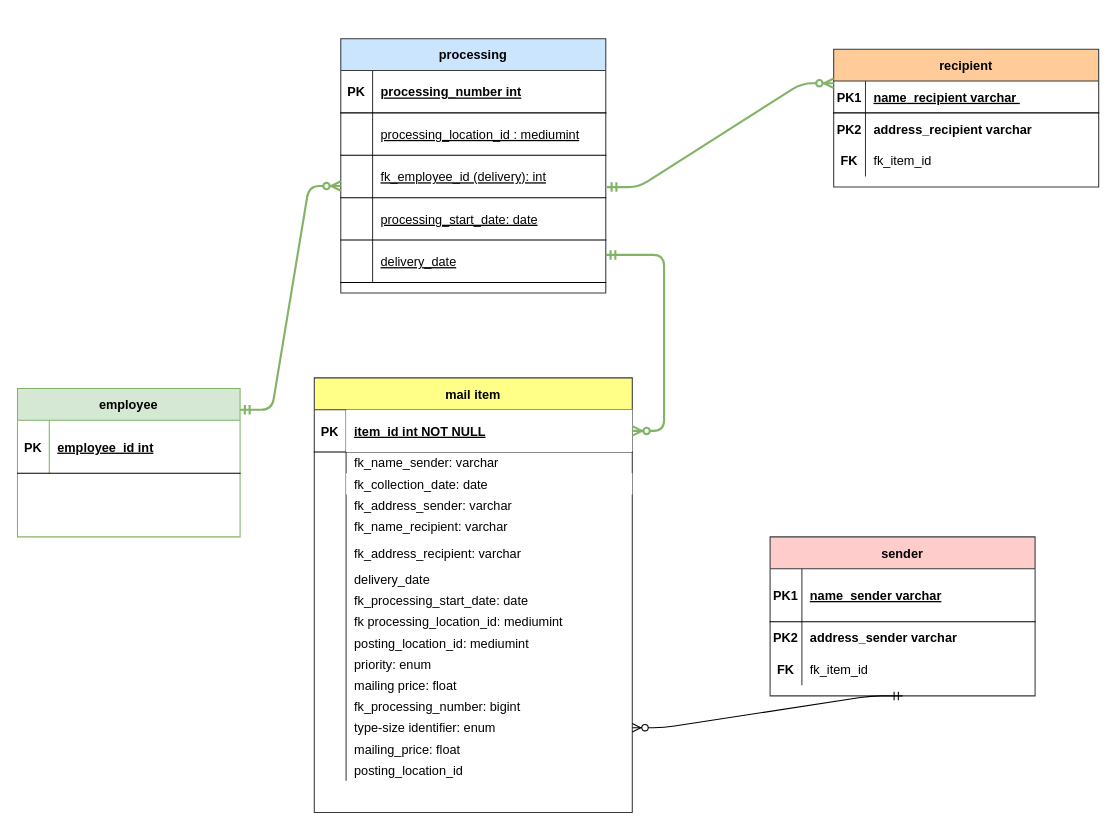
The draw.io diagram database_development_CR09/UML_ClassDiagram_CR09.drawio in Carina20/CFLMS-Carina-CodeReview-09, before the edit. Source tidied: cells renumbered, new cells numbered last; positions are measured from the earlier drawing's top-left corner, leaving out a move shared by most shapes. Both pictures are drawn from the tidied source at 106%, with x=0, y=0 at pixel (17, 38).
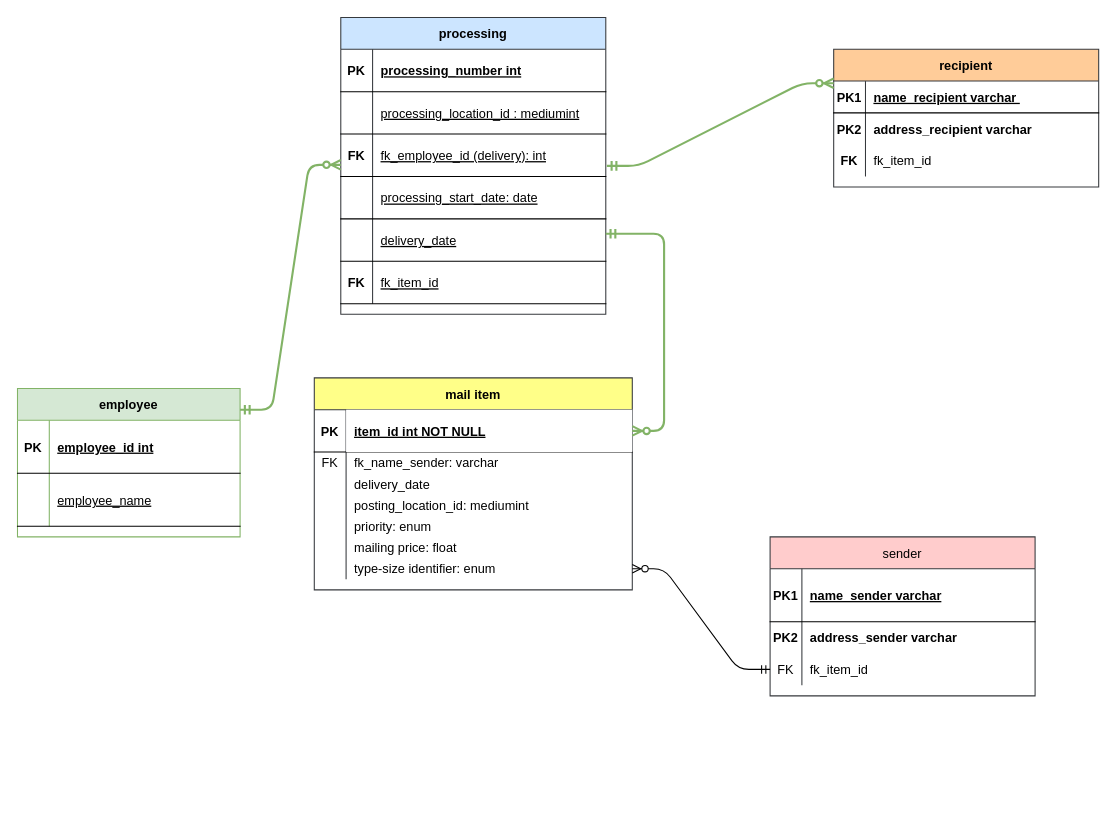
The same diagram, later.

Unchanged cells that the change refers to:
```xml
<mxCell id="19" style="shape=partialRectangle;fillColor=none;points=[[0,0.5],[1,0.5]];portConstraint=eastwest;top=0;left=0;right=0;bottom=1;" parent="12" vertex="1">
  <mxGeometry y="110" width="250" height="40" as="geometry" />
</mxCell>
<mxCell id="35" style="shape=partialRectangle;fillColor=none;points=[[0,0.5],[1,0.5]];portConstraint=eastwest;top=0;left=0;right=0;bottom=0;fontStyle=0;" parent="28" vertex="1">
  <mxGeometry y="110" width="250" height="30" as="geometry" />
</mxCell>
<mxCell id="38" value="employee" style="shape=table;startSize=30;childLayout=tableLayout;rowLines=0;fontStyle=1;align=center;fillColor=#d5e8d4;strokeColor=#82b366;" parent="1" vertex="1">
  <mxGeometry y="330" width="210" height="140" as="geometry" />
</mxCell>
<mxCell id="46" style="shape=partialRectangle;fillColor=none;top=0;left=0;right=0;bottom=0;" parent="42" vertex="1">
  <mxGeometry y="70" width="300" height="20" as="geometry" />
</mxCell>
```

Diff of the diagram source:
```diff
@@
     <mxCell id="12" value="processing" style="shape=table;startSize=30;childLayout=tableLayout;rowLines=0;fontStyle=1;align=center;fillColor=#cce5ff;strokeColor=#36393d;" parent="1" vertex="1">
-      <mxGeometry x="305" width="250" height="240" as="geometry" />
+      <mxGeometry x="305" y="-20" width="250" height="280" as="geometry" />
     </mxCell>
@@
-    <mxCell id="20" style="shape=partialRectangle;overflow=hidden;fillColor=none;top=0;left=0;bottom=0;right=0;fontStyle=1;" parent="19" vertex="1">
+    <mxCell id="20" value="FK" style="shape=partialRectangle;overflow=hidden;fillColor=none;top=0;left=0;bottom=0;right=0;fontStyle=1;" parent="19" vertex="1">
       <mxGeometry width="30" height="40" as="geometry" />
     </mxCell>
@@
+    <mxCell id="95" style="shape=partialRectangle;fillColor=none;top=0;left=0;right=0;bottom=1;" parent="12" vertex="1">
+      <mxGeometry y="230" width="250" height="40" as="geometry" />
+    </mxCell>
+    <mxCell id="96" value="FK" style="shape=partialRectangle;overflow=hidden;fillColor=none;top=0;left=0;bottom=0;right=0;fontStyle=1;" parent="95" vertex="1">
+      <mxGeometry width="30" height="40" as="geometry" />
+    </mxCell>
+    <mxCell id="97" value="fk_item_id" style="shape=partialRectangle;overflow=hidden;fillColor=none;top=0;left=0;bottom=0;right=0;align=left;spacingLeft=6;fontStyle=4;" parent="95" vertex="1">
+      <mxGeometry x="30" width="220" height="40" as="geometry" />
+    </mxCell>
-    <mxCell id="28" value="sender" style="shape=table;startSize=30;childLayout=tableLayout;rowLines=0;fontStyle=1;align=center;flipH=1;fillColor=#ffcccc;strokeColor=#36393d;" parent="1" vertex="1">
+    <mxCell id="28" value="sender" style="shape=table;startSize=30;childLayout=tableLayout;rowLines=0;fontStyle=0;align=center;flipH=1;fillColor=#ffcccc;strokeColor=#36393d;" parent="1" vertex="1">
       <mxGeometry x="710" y="470" width="250" height="150" as="geometry" />
     </mxCell>
@@
-    <mxCell id="36" value="FK" style="shape=partialRectangle;overflow=hidden;fillColor=none;top=0;left=0;bottom=0;right=0;fontStyle=1;" parent="35" vertex="1">
+    <mxCell id="36" value="FK" style="shape=partialRectangle;overflow=hidden;fillColor=none;top=0;left=0;bottom=0;right=0;fontStyle=0;" parent="35" vertex="1">
       <mxGeometry width="30" height="30" as="geometry" />
     </mxCell>
@@
+    <mxCell id="98" style="shape=partialRectangle;fillColor=none;top=0;left=0;right=0;bottom=1;" parent="38" vertex="1">
+      <mxGeometry y="80" width="210" height="50" as="geometry" />
+    </mxCell>
+    <mxCell id="99" style="shape=partialRectangle;overflow=hidden;fillColor=none;top=0;left=0;bottom=0;right=0;fontStyle=1;" parent="98" vertex="1">
+      <mxGeometry width="30" height="50" as="geometry" />
+    </mxCell>
+    <mxCell id="100" value="employee_name" style="shape=partialRectangle;overflow=hidden;fillColor=none;top=0;left=0;bottom=0;right=0;align=left;spacingLeft=6;fontStyle=4;" parent="98" vertex="1">
+      <mxGeometry x="30" width="180" height="50" as="geometry" />
+    </mxCell>
     <mxCell id="42" value="mail item" style="shape=table;startSize=30;childLayout=tableLayout;rowLines=0;fontStyle=1;align=center;fillColor=#ffff88;strokeColor=#36393d;" parent="1" vertex="1">
-      <mxGeometry x="280" y="320" width="300" height="410" as="geometry" />
+      <mxGeometry x="280" y="320" width="300" height="200" as="geometry" />
     </mxCell>
@@
-    <mxCell id="47" style="shape=partialRectangle;overflow=hidden;fillColor=none;top=0;left=0;bottom=0;right=0;" parent="46" vertex="1">
+    <mxCell id="47" value="FK" style="shape=partialRectangle;overflow=hidden;fillColor=none;top=0;left=0;bottom=0;right=0;" parent="46" vertex="1">
       <mxGeometry width="30" height="20" as="geometry" />
     </mxCell>
@@
-    <mxCell id="49" style="shape=partialRectangle;fillColor=none;top=0;left=0;right=0;bottom=0;" parent="42" vertex="1">
-      <mxGeometry y="90" width="300" height="20" as="geometry" />
-    </mxCell>
-    <mxCell id="50" style="shape=partialRectangle;overflow=hidden;fillColor=none;top=0;left=0;bottom=0;right=0;" parent="49" vertex="1">
-      <mxGeometry width="30" height="20" as="geometry" />
-    </mxCell>
-    <mxCell id="51" value="fk_collection_date: date" style="shape=partialRectangle;overflow=hidden;top=0;left=0;bottom=0;right=0;align=left;spacingLeft=6;" parent="49" vertex="1">
-      <mxGeometry x="30" width="270" height="20" as="geometry" />
-    </mxCell>
-    <mxCell id="52" style="shape=partialRectangle;fillColor=none;top=0;left=0;right=0;bottom=0;" parent="42" vertex="1">
-      <mxGeometry y="110" width="300" height="20" as="geometry" />
-    </mxCell>
-    <mxCell id="53" style="shape=partialRectangle;overflow=hidden;fillColor=none;top=0;left=0;bottom=0;right=0;" parent="52" vertex="1">
-      <mxGeometry width="30" height="20" as="geometry" />
-    </mxCell>
-    <mxCell id="54" value="fk_address_sender: varchar" style="shape=partialRectangle;overflow=hidden;fillColor=none;top=0;left=0;bottom=0;right=0;align=left;spacingLeft=6;" parent="52" vertex="1">
-      <mxGeometry x="30" width="270" height="20" as="geometry" />
-    </mxCell>
-    <mxCell id="55" style="shape=partialRectangle;fillColor=none;top=0;left=0;right=0;bottom=0;" parent="42" vertex="1">
-      <mxGeometry y="130" width="300" height="20" as="geometry" />
-    </mxCell>
-    <mxCell id="56" style="shape=partialRectangle;overflow=hidden;fillColor=none;top=0;left=0;bottom=0;right=0;" parent="55" vertex="1">
-      <mxGeometry width="30" height="20" as="geometry" />
-    </mxCell>
-    <mxCell id="57" value="fk_name_recipient: varchar" style="shape=partialRectangle;overflow=hidden;fillColor=none;top=0;left=0;bottom=0;right=0;align=left;spacingLeft=6;" parent="55" vertex="1">
-      <mxGeometry x="30" width="270" height="20" as="geometry" />
-    </mxCell>
-    <mxCell id="58" style="shape=partialRectangle;fillColor=none;top=0;left=0;right=0;bottom=0;" parent="42" vertex="1">
-      <mxGeometry y="150" width="300" height="30" as="geometry" />
-    </mxCell>
-    <mxCell id="59" style="shape=partialRectangle;overflow=hidden;fillColor=none;top=0;left=0;bottom=0;right=0;" parent="58" vertex="1">
-      <mxGeometry width="30" height="30" as="geometry" />
-    </mxCell>
-    <mxCell id="60" value="fk_address_recipient: varchar" style="shape=partialRectangle;overflow=hidden;fillColor=none;top=0;left=0;bottom=0;right=0;align=left;spacingLeft=6;strokeColor=#FFFF99;" parent="58" vertex="1">
-      <mxGeometry x="30" width="270" height="30" as="geometry" />
-    </mxCell>
     <mxCell id="61" style="shape=partialRectangle;fillColor=none;top=0;left=0;right=0;bottom=0;" parent="42" vertex="1">
-      <mxGeometry y="180" width="300" height="20" as="geometry" />
+      <mxGeometry y="90" width="300" height="20" as="geometry" />
     </mxCell>
@@
-    <mxCell id="64" style="shape=partialRectangle;fillColor=none;top=0;left=0;right=0;bottom=0;" parent="42" vertex="1">
-      <mxGeometry y="200" width="300" height="20" as="geometry" />
-    </mxCell>
-    <mxCell id="65" style="shape=partialRectangle;overflow=hidden;fillColor=none;top=0;left=0;bottom=0;right=0;" parent="64" vertex="1">
-      <mxGeometry width="30" height="20" as="geometry" />
-    </mxCell>
-    <mxCell id="66" value="fk_processing_start_date: date" style="shape=partialRectangle;overflow=hidden;fillColor=none;top=0;left=0;bottom=0;right=0;align=left;spacingLeft=6;" parent="64" vertex="1">
-      <mxGeometry x="30" width="270" height="20" as="geometry" />
-    </mxCell>
-    <mxCell id="67" style="shape=partialRectangle;fillColor=none;top=0;left=0;right=0;bottom=0;" parent="42" vertex="1">
-      <mxGeometry y="220" width="300" height="20" as="geometry" />
-    </mxCell>
-    <mxCell id="68" style="shape=partialRectangle;overflow=hidden;fillColor=none;top=0;left=0;bottom=0;right=0;" parent="67" vertex="1">
-      <mxGeometry width="30" height="20" as="geometry" />
-    </mxCell>
-    <mxCell id="69" value="fk processing_location_id: mediumint" style="shape=partialRectangle;overflow=hidden;fillColor=none;top=0;left=0;bottom=0;right=0;align=left;spacingLeft=6;strokeColor=#FFFF99;" parent="67" vertex="1">
-      <mxGeometry x="30" width="270" height="20" as="geometry" />
-    </mxCell>
     <mxCell id="70" style="shape=partialRectangle;fillColor=none;top=0;left=0;right=0;bottom=0;" parent="42" vertex="1">
-      <mxGeometry y="240" width="300" height="20" as="geometry" />
+      <mxGeometry y="110" width="300" height="20" as="geometry" />
     </mxCell>
@@
     <mxCell id="73" style="shape=partialRectangle;fillColor=none;top=0;left=0;right=0;bottom=0;" parent="42" vertex="1">
-      <mxGeometry y="260" width="300" height="20" as="geometry" />
+      <mxGeometry y="130" width="300" height="20" as="geometry" />
     </mxCell>
@@
     <mxCell id="76" style="shape=partialRectangle;fillColor=none;top=0;left=0;right=0;bottom=0;" parent="42" vertex="1">
-      <mxGeometry y="280" width="300" height="20" as="geometry" />
+      <mxGeometry y="150" width="300" height="20" as="geometry" />
     </mxCell>
@@
-    <mxCell id="79" style="shape=partialRectangle;fillColor=none;top=0;left=0;right=0;bottom=0;" parent="42" vertex="1">
-      <mxGeometry y="300" width="300" height="20" as="geometry" />
-    </mxCell>
-    <mxCell id="80" style="shape=partialRectangle;overflow=hidden;fillColor=none;top=0;left=0;bottom=0;right=0;" parent="79" vertex="1">
-      <mxGeometry width="30" height="20" as="geometry" />
-    </mxCell>
-    <mxCell id="81" value="fk_processing_number: bigint" style="shape=partialRectangle;overflow=hidden;fillColor=none;top=0;left=0;bottom=0;right=0;align=left;spacingLeft=6;" parent="79" vertex="1">
-      <mxGeometry x="30" width="270" height="20" as="geometry" />
-    </mxCell>
     <mxCell id="82" style="shape=partialRectangle;fillColor=none;points=[[0,0.5],[1,0.5]];portConstraint=eastwest;top=0;left=0;right=0;bottom=0;" parent="42" vertex="1">
-      <mxGeometry y="320" width="300" height="20" as="geometry" />
+      <mxGeometry y="170" width="300" height="20" as="geometry" />
     </mxCell>
@@
-    <mxCell id="85" style="shape=partialRectangle;fillColor=none;top=0;left=0;right=0;bottom=0;" parent="42" vertex="1">
-      <mxGeometry y="340" width="300" height="20" as="geometry" />
-    </mxCell>
-    <mxCell id="86" style="shape=partialRectangle;overflow=hidden;fillColor=none;top=0;left=0;bottom=0;right=0;" parent="85" vertex="1">
-      <mxGeometry width="30" height="20" as="geometry" />
-    </mxCell>
-    <mxCell id="87" value="mailing_price: float" style="shape=partialRectangle;overflow=hidden;fillColor=none;top=0;left=0;bottom=0;right=0;align=left;spacingLeft=6;strokeColor=#FFFF99;" parent="85" vertex="1">
-      <mxGeometry x="30" width="270" height="20" as="geometry" />
-    </mxCell>
-    <mxCell id="88" style="shape=partialRectangle;fillColor=none;top=0;left=0;right=0;bottom=0;" parent="42" vertex="1">
-      <mxGeometry y="360" width="300" height="20" as="geometry" />
-    </mxCell>
-    <mxCell id="89" style="shape=partialRectangle;overflow=hidden;fillColor=none;top=0;left=0;bottom=0;right=0;" parent="88" vertex="1">
-      <mxGeometry width="30" height="20" as="geometry" />
-    </mxCell>
-    <mxCell id="90" value="posting_location_id" style="shape=partialRectangle;overflow=hidden;fillColor=none;top=0;left=0;bottom=0;right=0;align=left;spacingLeft=6;strokeColor=#FFFF99;" parent="88" vertex="1">
-      <mxGeometry x="30" width="270" height="20" as="geometry" />
-    </mxCell>
@@
-    <mxCell id="93" style="edgeStyle=entityRelationEdgeStyle;fontSize=12;html=1;endArrow=ERzeroToMany;startArrow=ERmandOne;exitX=0.5;exitY=1;exitDx=0;exitDy=0;" parent="1" edge="1" source="28" target="82">
+    <mxCell id="93" style="edgeStyle=entityRelationEdgeStyle;fontSize=12;html=1;endArrow=ERzeroToMany;startArrow=ERmandOne;" parent="1" edge="1" source="35" target="82">
       <mxGeometry relative="1" as="geometry" />
     </mxCell>
```
